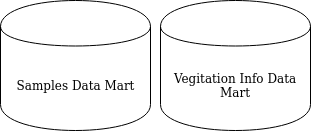
Before: images/Current_state_arc.png, a diagram exported from draw.io (hamzanation/H2OhioDataSynthesisProject). Source tidied: cells renumbered, new cells last; positions are measured from the earlier drawing's top-left corner, leaving out a move shared by most shapes.
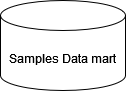
The same diagram one commit later.

Diff of the diagram source:
```diff
@@ -2,11 +2,8 @@
   <root>
     <mxCell id="0" />
     <mxCell id="1" parent="0" />
-    <mxCell id="2" value="Samples Data Mart" style="shape=cylinder;whiteSpace=wrap;html=1;boundedLbl=1;backgroundOutline=1;" parent="1" vertex="1">
-      <mxGeometry width="150" height="130" as="geometry" />
-    </mxCell>
-    <mxCell id="3" value="Vegitation Info Data Mart" style="shape=cylinder;whiteSpace=wrap;html=1;boundedLbl=1;backgroundOutline=1;" parent="1" vertex="1">
-      <mxGeometry x="160" width="150" height="130" as="geometry" />
-    </mxCell>
+    <mxCell id="4" value="Samples Data mart" style="shape=cylinder3;whiteSpace=wrap;html=1;boundedLbl=1;backgroundOutline=1;size=15;" parent="1" vertex="1">
+      <mxGeometry x="145" y="50" width="125" height="90" as="geometry" />
+    </mxCell>
   </root>
 </mxGraphModel>
```
